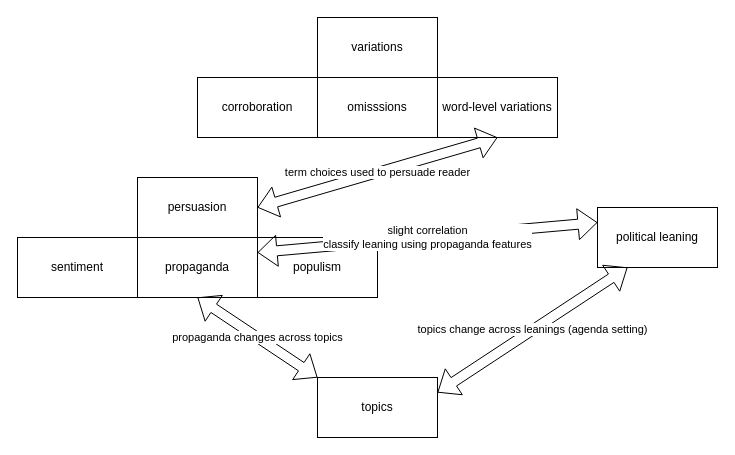
Before: relationships.drawio in MartinoMensio/phd-thesis, a draw.io diagram. Source tidied: cells renumbered, new cells numbered last; positions are measured from the earlier drawing's top-left corner, leaving out a move shared by most shapes. Both pictures are drawn from the tidied source at 100%, with x=0, y=0 at pixel (17, 17).
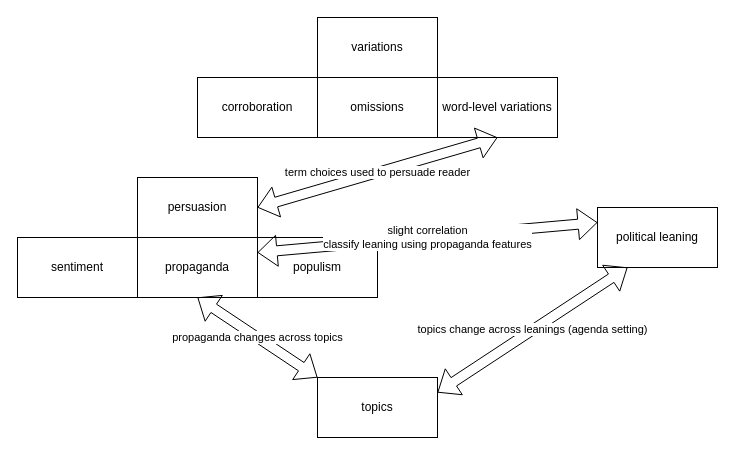
The same page after the edit.

What changed in the source:
```diff
@@
 <mxGraphModel>
   <root>
     <mxCell id="0" />
     <mxCell id="1" parent="0" />
     <mxCell id="2" value="persuasion" style="rounded=0;whiteSpace=wrap;html=1;" parent="1" vertex="1">
       <mxGeometry x="120" y="160" width="120" height="60" as="geometry" />
     </mxCell>
     <mxCell id="3" value="variations" style="rounded=0;whiteSpace=wrap;html=1;" parent="1" vertex="1">
       <mxGeometry x="300" width="120" height="60" as="geometry" />
     </mxCell>
     <mxCell id="4" value="political leaning" style="rounded=0;whiteSpace=wrap;html=1;" parent="1" vertex="1">
       <mxGeometry x="580" y="190" width="120" height="60" as="geometry" />
     </mxCell>
     <mxCell id="5" value="topics" style="rounded=0;whiteSpace=wrap;html=1;" parent="1" vertex="1">
       <mxGeometry x="300" y="360" width="120" height="60" as="geometry" />
     </mxCell>
     <mxCell id="6" value="corroboration" style="rounded=0;whiteSpace=wrap;html=1;" parent="1" vertex="1">
       <mxGeometry x="180" y="60" width="120" height="60" as="geometry" />
     </mxCell>
-    <mxCell id="7" value="omisssions" style="rounded=0;whiteSpace=wrap;html=1;" parent="1" vertex="1">
+    <mxCell id="7" value="omissions" style="rounded=0;whiteSpace=wrap;html=1;" parent="1" vertex="1">
       <mxGeometry x="300" y="60" width="120" height="60" as="geometry" />
     </mxCell>
     <mxCell id="8" value="word-level variations" style="rounded=0;whiteSpace=wrap;html=1;" parent="1" vertex="1">
       <mxGeometry x="420" y="60" width="120" height="60" as="geometry" />
     </mxCell>
     <mxCell id="9" value="sentiment" style="rounded=0;whiteSpace=wrap;html=1;" parent="1" vertex="1">
       <mxGeometry y="220" width="120" height="60" as="geometry" />
     </mxCell>
     <mxCell id="10" value="propaganda" style="rounded=0;whiteSpace=wrap;html=1;" parent="1" vertex="1">
       <mxGeometry x="120" y="220" width="120" height="60" as="geometry" />
     </mxCell>
     <mxCell id="11" value="populism" style="rounded=0;whiteSpace=wrap;html=1;" parent="1" vertex="1">
       <mxGeometry x="240" y="220" width="120" height="60" as="geometry" />
     </mxCell>
     <mxCell id="12" value="term choices used to persuade reader" style="shape=flexArrow;endArrow=classic;startArrow=classic;html=1;rounded=0;exitX=1;exitY=0.5;exitDx=0;exitDy=0;entryX=0.5;entryY=1;entryDx=0;entryDy=0;" parent="1" edge="1" source="2" target="8">
       <mxGeometry relative="1" as="geometry" />
     </mxCell>
     <mxCell id="13" value="slight correlation&lt;div&gt;classify leaning using propaganda features&lt;/div&gt;" style="shape=flexArrow;endArrow=classic;startArrow=classic;html=1;rounded=0;exitX=0;exitY=0.25;exitDx=0;exitDy=0;entryX=0;entryY=0.25;entryDx=0;entryDy=0;" parent="1" edge="1" source="11" target="4">
       <mxGeometry relative="1" as="geometry" />
     </mxCell>
     <mxCell id="14" value="propaganda changes across topics" style="shape=flexArrow;endArrow=classic;startArrow=classic;html=1;rounded=0;exitX=0.5;exitY=1;exitDx=0;exitDy=0;entryX=0;entryY=0;entryDx=0;entryDy=0;" parent="1" edge="1" source="10" target="5">
       <mxGeometry relative="1" as="geometry" />
     </mxCell>
     <mxCell id="15" value="topics change across leanings (agenda setting)" style="shape=flexArrow;endArrow=classic;startArrow=classic;html=1;rounded=0;exitX=1;exitY=0.25;exitDx=0;exitDy=0;entryX=0.25;entryY=1;entryDx=0;entryDy=0;" parent="1" edge="1" source="5" target="4">
       <mxGeometry relative="1" as="geometry" />
     </mxCell>
   </root>
 </mxGraphModel>
```
